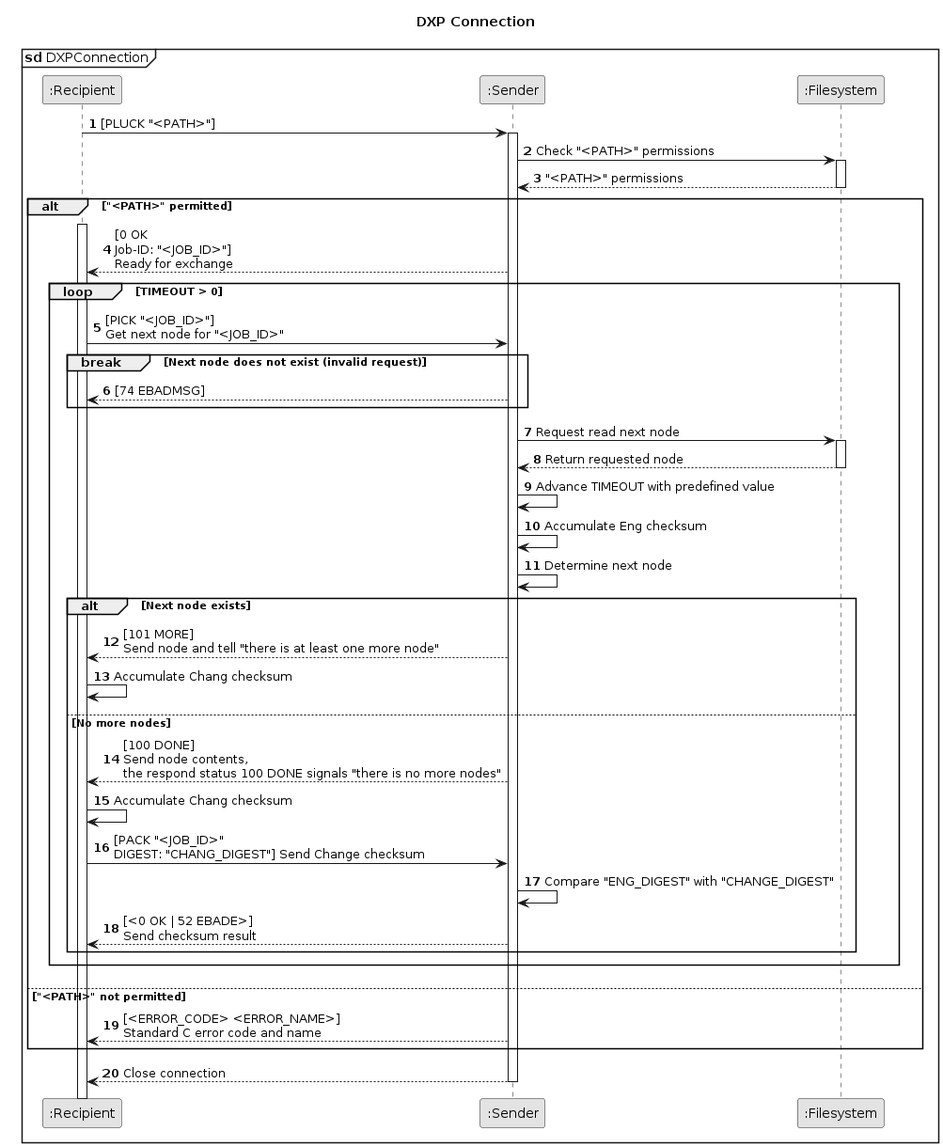
Before: diagrams/dxp-connection.png, a diagram exported from PlantUML (naiithink/pastree).
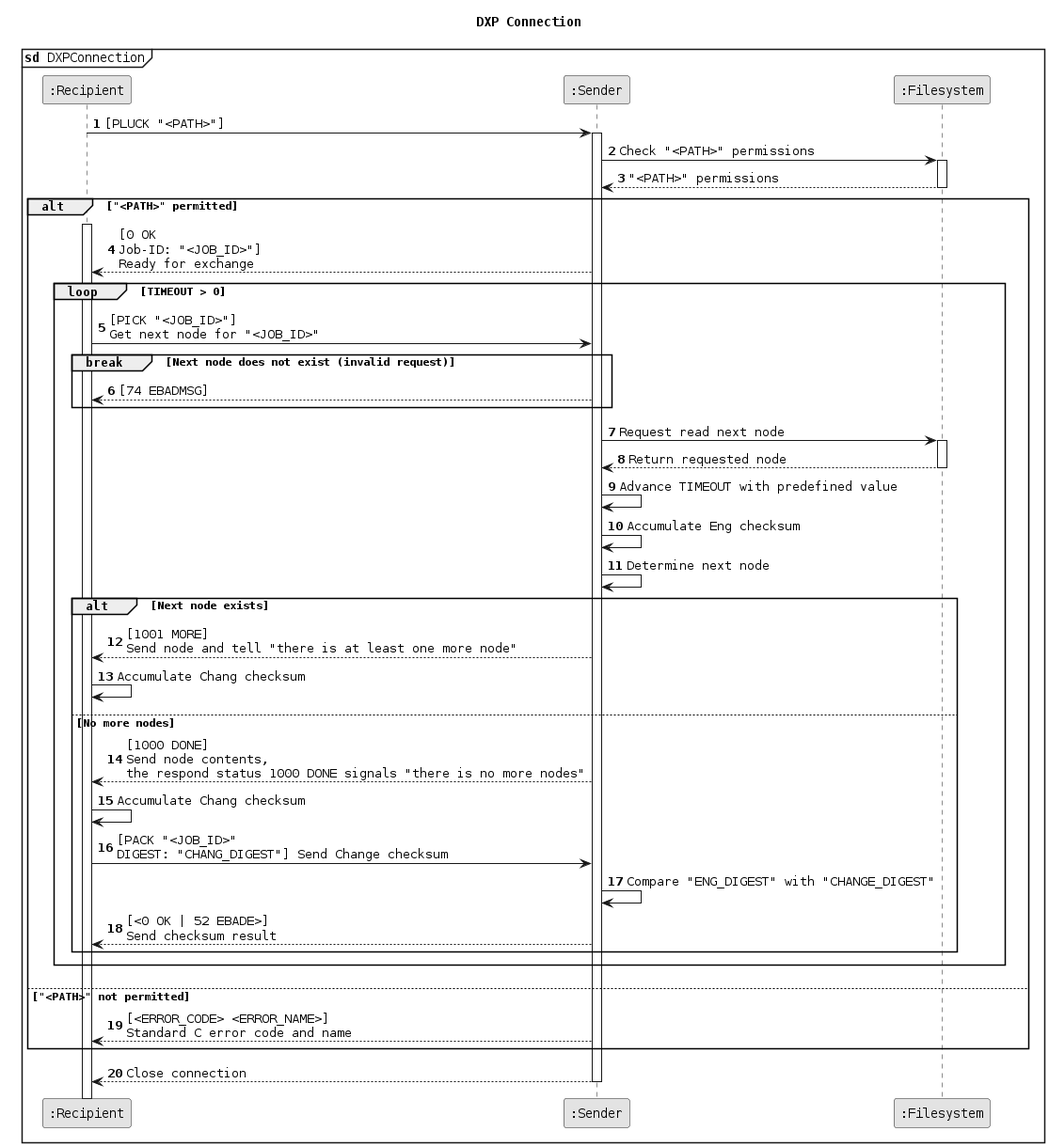
The same file after the commit.

Commit message:
Fix DXP-stderr status code collision

What changed in the source:
```diff
@@ -1,7 +1,7 @@
 @startuml
 !pragma teoz true
 skinparam monochrome true
-skinparam defaultFontName Courier New
+skinparam defaultFontName Courier
 
 title DXP Connection
 mainframe **sd** DXPConnection
@@ -42,11 +42,11 @@
 Sender -> Sender: Determine next node
 
 alt Next node exists
-Sender --> Recipient: [101 MORE]\nSend node and tell "there is at least one more node"
+Sender --> Recipient: [1001 MORE]\nSend node and tell "there is at least one more node"
 Recipient -> Recipient: Accumulate Chang checksum
 
 else No more nodes
-Sender --> Recipient: [100 DONE]\nSend node contents,\nthe respond status 100 DONE signals "there is no more nodes"
+Sender --> Recipient: [1000 DONE]\nSend node contents,\nthe respond status 1000 DONE signals "there is no more nodes"
 Recipient -> Recipient: Accumulate Chang checksum
 Recipient -> Sender: [PACK "<JOB_ID>"\nDIGEST: "CHANG_DIGEST"] Send Change checksum
 Sender -> Sender: Compare "ENG_DIGEST" with "CHANGE_DIGEST"
```
